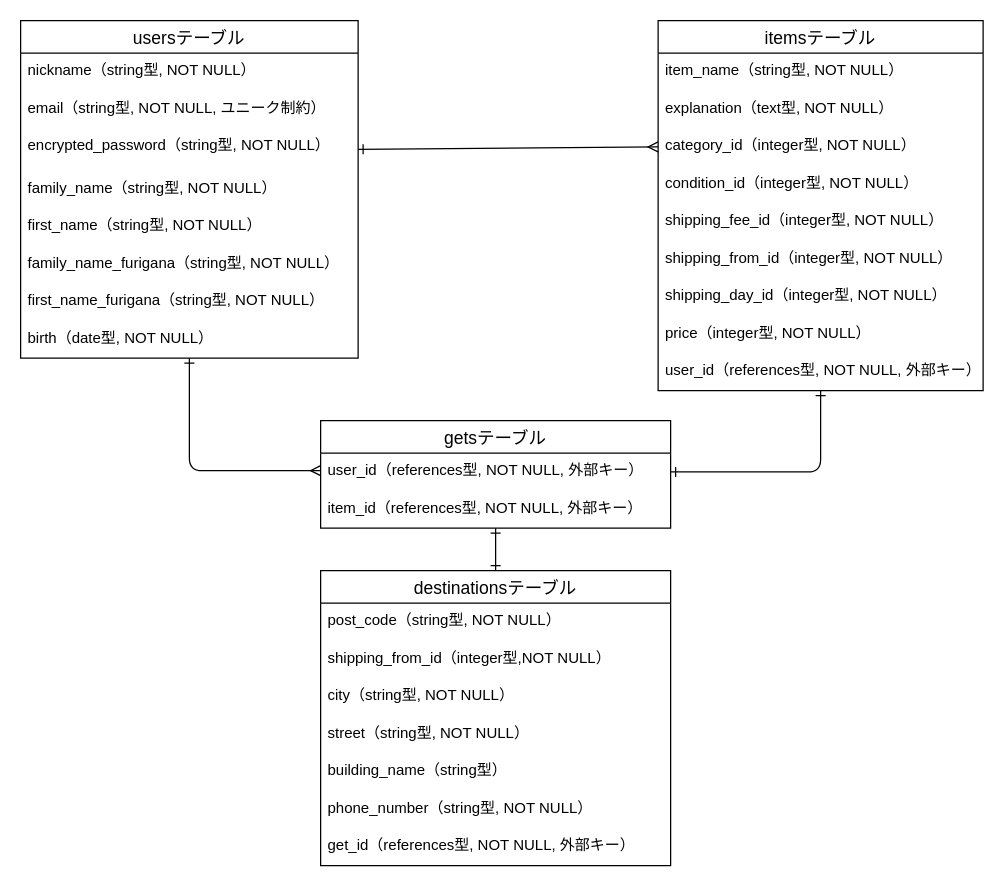
The draw.io diagram test.dio in tasshi94/furima-40910, before the edit. Source tidied: cells renumbered, new cells numbered last; positions are measured from the earlier drawing's top-left corner, leaving out a move shared by most shapes. Both pictures are drawn from the tidied source at 125%, with x=0, y=0 at pixel (20, 20).
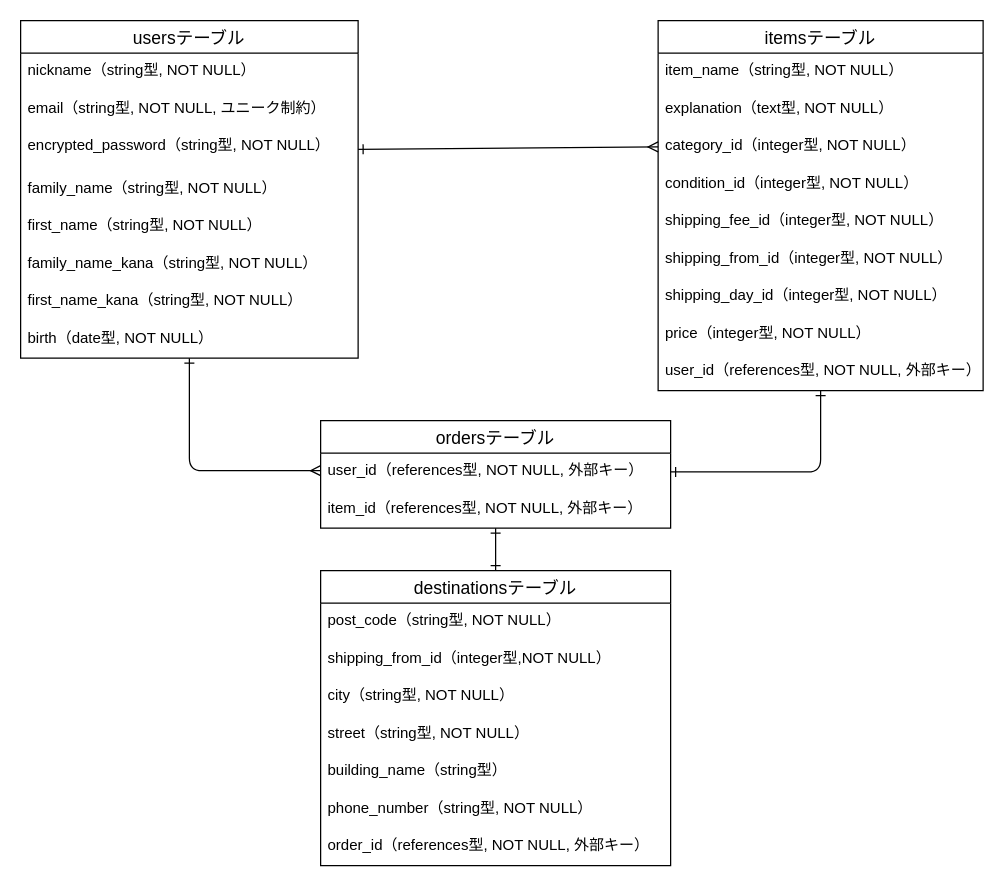
The same diagram, later.

Commit message (it also covers changes not shown here):
ER図、README修正③

Unchanged cells that the change refers to:
```xml
<mxCell id="3" value="usersテーブル" style="swimlane;fontStyle=0;horizontal=1;startSize=26;align=center;fontSize=14;" parent="1" vertex="1">
  <mxGeometry width="270" height="270" as="geometry" />
</mxCell>
<mxCell id="27" value="destinationsテーブル" style="swimlane;fontStyle=0;horizontal=1;startSize=26;align=center;fontSize=14;" parent="1" vertex="1">
  <mxGeometry x="240" y="440" width="280" height="236" as="geometry" />
</mxCell>
```

What changed in the source:
```diff
@@
-    <mxCell id="9" value="family_name_furigana（string型, NOT NULL）" style="text;strokeColor=none;fillColor=none;spacingLeft=4;spacingRight=4;overflow=hidden;fontSize=12;" parent="3" vertex="1">
+    <mxCell id="9" value="family_name_kana（string型, NOT NULL）" style="text;strokeColor=none;fillColor=none;spacingLeft=4;spacingRight=4;overflow=hidden;fontSize=12;" parent="3" vertex="1">
       <mxGeometry y="180" width="270" height="30" as="geometry" />
     </mxCell>
-    <mxCell id="10" value="first_name_furigana（string型, NOT NULL）" style="text;strokeColor=none;fillColor=none;spacingLeft=4;spacingRight=4;overflow=hidden;fontSize=12;" parent="3" vertex="1">
+    <mxCell id="10" value="first_name_kana（string型, NOT NULL）" style="text;strokeColor=none;fillColor=none;spacingLeft=4;spacingRight=4;overflow=hidden;fontSize=12;" parent="3" vertex="1">
       <mxGeometry y="210" width="270" height="30" as="geometry" />
     </mxCell>
@@
-    <mxCell id="24" value="getsテーブル" style="swimlane;fontStyle=0;horizontal=1;startSize=26;align=center;fontSize=14;" parent="1" vertex="1">
+    <mxCell id="24" value="ordersテーブル" style="swimlane;fontStyle=0;horizontal=1;startSize=26;align=center;fontSize=14;" parent="1" vertex="1">
       <mxGeometry x="240" y="320" width="280" height="86" as="geometry" />
     </mxCell>
@@
-    <mxCell id="34" value="get_id（references型, NOT NULL, 外部キー）" style="text;strokeColor=none;fillColor=none;spacingLeft=4;spacingRight=4;overflow=hidden;fontSize=12;" parent="27" vertex="1">
+    <mxCell id="34" value="order_id（references型, NOT NULL, 外部キー）" style="text;strokeColor=none;fillColor=none;spacingLeft=4;spacingRight=4;overflow=hidden;fontSize=12;" parent="27" vertex="1">
       <mxGeometry y="206" width="280" height="30" as="geometry" />
     </mxCell>
```
